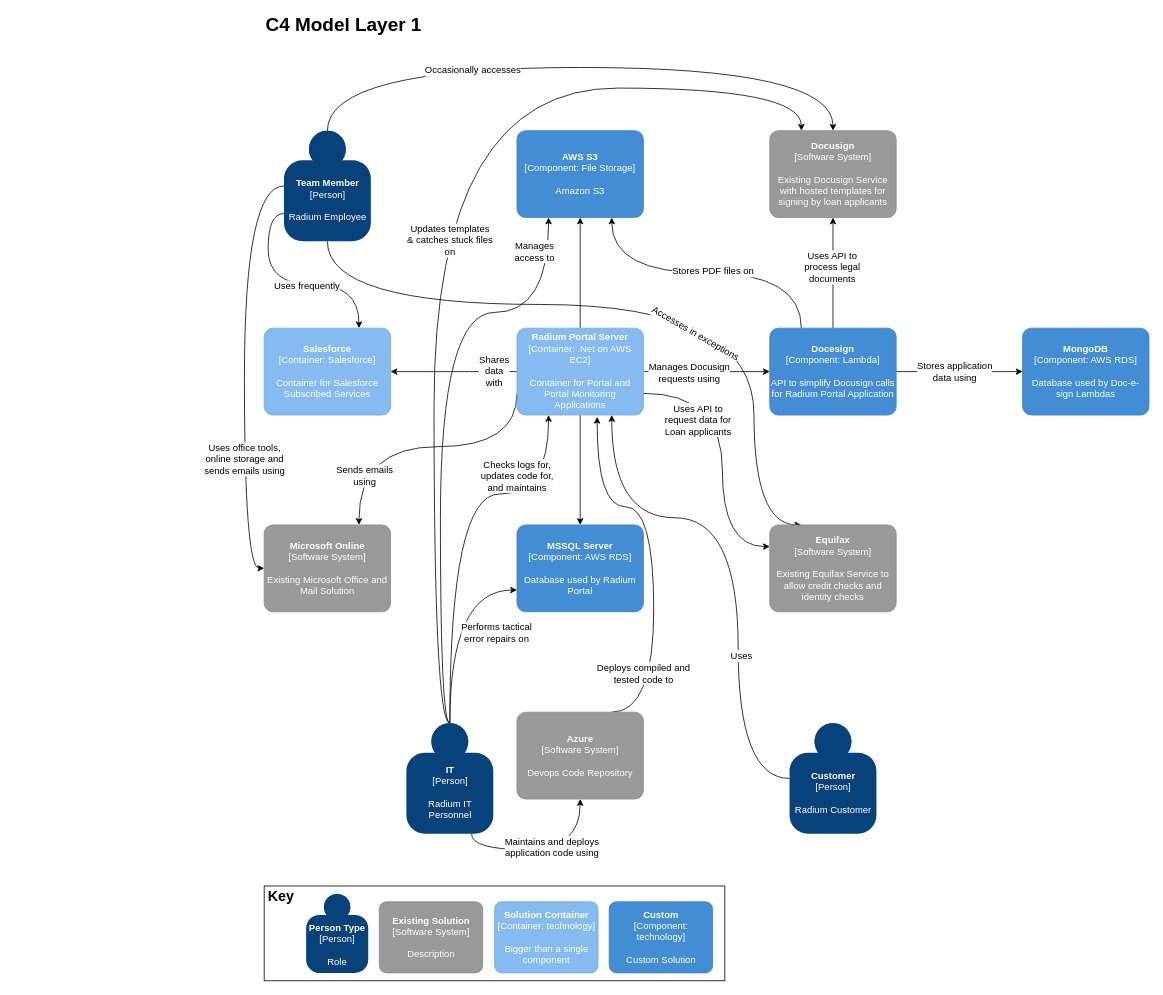
Before: page "Layer 1" (1 of 2) of Untitled Diagram.drawio in holmesrg/testonly, a draw.io diagram. Source tidied: cells renumbered, new cells numbered last; positions are measured from the earlier drawing's top-left corner, leaving out a move shared by most shapes. Both pictures are drawn from the tidied source at 79%, with x=0, y=0 at pixel (244, 17).
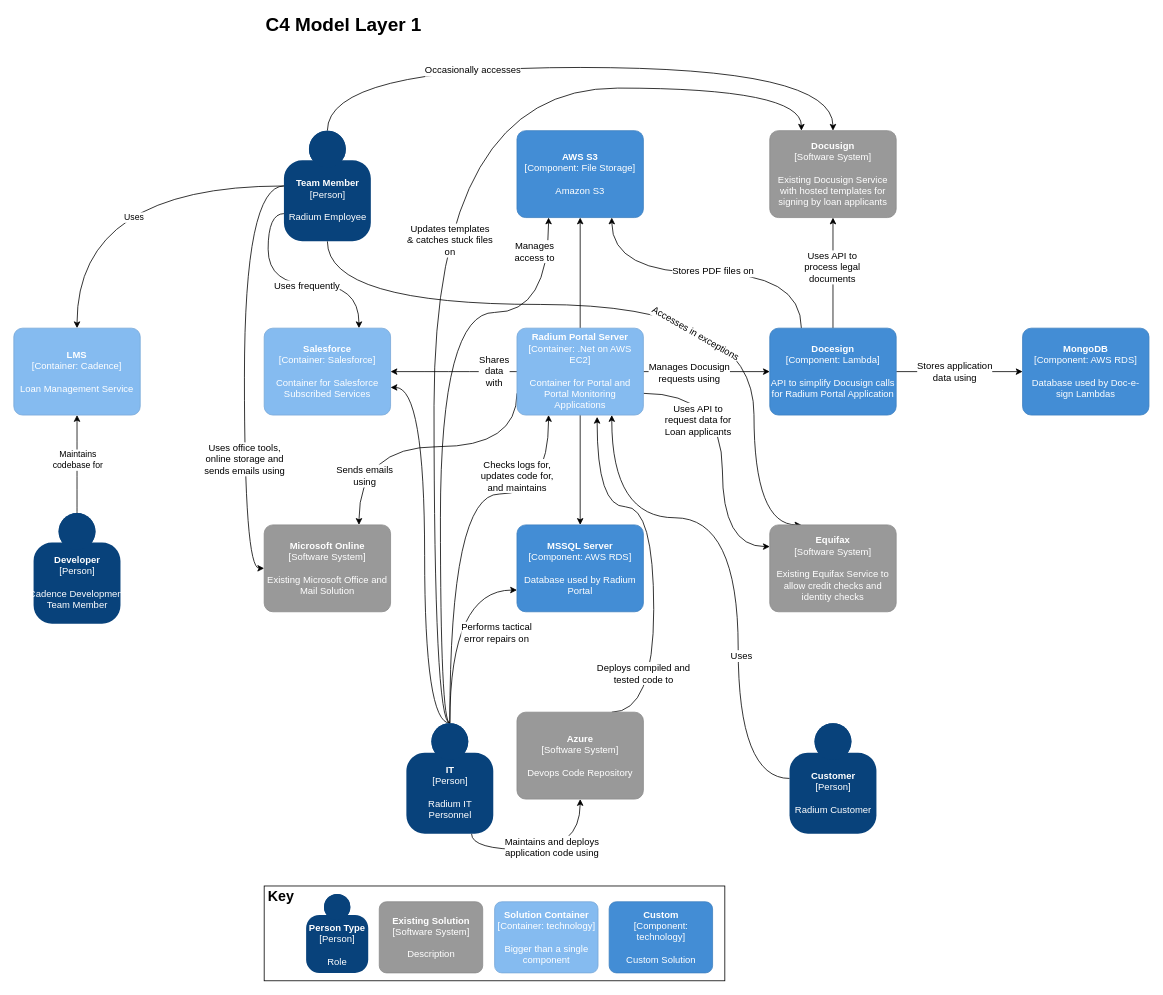
The same diagram, later.

The change refers to these unchanged cells:
```xml
<object id="11" label="&lt;b&gt;%c4Name%&lt;/b&gt;&lt;div&gt;[%c4Type%]&lt;/div&gt;&lt;br&gt;&lt;div&gt;%c4Description%&lt;/div&gt;" c4Description="Radium Employee" c4Name="Team Member" c4Type="Person" placeholders="1">
  <mxCell style="html=1;dashed=0;whitespace=wrap;fillColor=#08427b;strokeColor=none;fontColor=#ffffff;shape=mxgraph.c4.person;align=center;points=[[0.5,0,0],[1,0.5,0],[1,0.75,0],[0.75,1,0],[0.5,1,0],[0.25,1,0],[0,0.75,0],[0,0.5,0]];metaData={&quot;c4Type&quot;:{&quot;editable&quot;:false}};" parent="1" vertex="1">
    <mxGeometry x="49.9" y="143.9" width="110" height="140" as="geometry" />
  </mxCell>
</object>
<object id="23" label="&lt;b&gt;%c4Name%&lt;/b&gt;&lt;div&gt;[%c4Type%: %c4Technology%]&lt;/div&gt;&lt;br&gt;&lt;div&gt;%c4Description%&lt;/div&gt;" c4Description="Container for Salesforce Subscribed Services" c4Name="Salesforce" c4Technology="Salesforce" c4Type="Container" placeholders="1">
  <mxCell style="rounded=1;whiteSpace=wrap;html=1;labelBackgroundColor=none;fillColor=#85BBF0;fontColor=#ffffff;align=center;arcSize=10;strokeColor=#78A8D8;metaData={&quot;c4Type&quot;:{&quot;editable&quot;:false}};points=[[0.25,0,0],[0.5,0,0],[0.75,0,0],[1,0.25,0],[1,0.5,0],[1,0.75,0],[0.75,1,0],[0.5,1,0],[0.25,1,0],[0,0.75,0],[0,0.5,0],[0,0.25,0]];" parent="1" vertex="1">
    <mxGeometry x="24.9" y="393.9" width="160" height="110" as="geometry" />
  </mxCell>
</object>
<object id="50" label="&lt;b&gt;%c4Name%&lt;/b&gt;&lt;div&gt;[%c4Type%]&lt;/div&gt;&lt;br&gt;&lt;div&gt;%c4Description%&lt;/div&gt;" c4Description="Radium IT&#10;Personnel" c4Name="IT" c4Type="Person" placeholders="1">
  <mxCell style="html=1;dashed=0;whitespace=wrap;fillColor=#08427b;strokeColor=none;fontColor=#ffffff;shape=mxgraph.c4.person;align=center;points=[[0.5,0,0],[1,0.5,0],[1,0.75,0],[0.75,1,0],[0.5,1,0],[0.25,1,0],[0,0.75,0],[0,0.5,0]];metaData={&quot;c4Type&quot;:{&quot;editable&quot;:false}};" parent="1" vertex="1">
    <mxGeometry x="204.9" y="893.9" width="110" height="140" as="geometry" />
  </mxCell>
</object>
```

Diff of the diagram source:
```diff
@@
+    <mxCell id="60" style="edgeStyle=orthogonalEdgeStyle;rounded=0;jettySize=auto;html=1;exitX=0;exitY=0.5;exitDx=0;exitDy=0;exitPerimeter=0;entryX=0.5;entryY=0;entryDx=0;entryDy=0;entryPerimeter=0;curved=1;" parent="1" edge="1" source="11" target="63">
+      <mxGeometry relative="1" as="geometry" />
+    </mxCell>
+    <mxCell id="61" value="Uses" style="edgeLabel;html=1;align=center;verticalAlign=middle;" parent="60" vertex="1">
+      <mxGeometry x="-0.53" y="10" relative="1" as="geometry">
+        <mxPoint x="-86.9" y="30" as="offset" />
+      </mxGeometry>
+    </mxCell>
@@
+    <mxCell id="62" style="edgeStyle=orthogonalEdgeStyle;rounded=0;jettySize=auto;html=1;exitX=0.5;exitY=0;exitDx=0;exitDy=0;exitPerimeter=0;entryX=1;entryY=0.682;entryDx=0;entryDy=0;entryPerimeter=0;curved=1;" parent="1" edge="1" source="50" target="23">
+      <mxGeometry relative="1" as="geometry">
+        <Array as="points">
+          <mxPoint x="228" y="894" />
+          <mxPoint x="228" y="469" />
+        </Array>
+      </mxGeometry>
+    </mxCell>
@@
+    <object id="63" label="&lt;b&gt;%c4Name%&lt;/b&gt;&lt;div&gt;[%c4Type%: %c4Technology%]&lt;/div&gt;&lt;br&gt;&lt;div&gt;%c4Description%&lt;/div&gt;" c4Description="Loan Management Service" c4Name="LMS" c4Technology="Cadence" c4Type="Container" placeholders="1">
+      <mxCell style="rounded=1;whiteSpace=wrap;html=1;labelBackgroundColor=none;fillColor=#85BBF0;fontColor=#ffffff;align=center;arcSize=10;strokeColor=#78A8D8;metaData={&quot;c4Type&quot;:{&quot;editable&quot;:false}};points=[[0.25,0,0],[0.5,0,0],[0.75,0,0],[1,0.25,0],[1,0.5,0],[1,0.75,0],[0.75,1,0],[0.5,1,0],[0.25,1,0],[0,0.75,0],[0,0.5,0],[0,0.25,0]];" parent="1" vertex="1">
+        <mxGeometry x="-292" y="393.9" width="160" height="110" as="geometry" />
+      </mxCell>
+    </object>
+    <mxCell id="64" style="edgeStyle=orthogonalEdgeStyle;curved=1;rounded=0;jettySize=auto;html=1;exitX=0.5;exitY=0;exitDx=0;exitDy=0;exitPerimeter=0;entryX=0.5;entryY=1;entryDx=0;entryDy=0;entryPerimeter=0;" parent="1" edge="1" source="66" target="63">
+      <mxGeometry relative="1" as="geometry" />
+    </mxCell>
+    <mxCell id="65" value="Maintains&lt;br&gt;codebase for" style="edgeLabel;html=1;align=center;verticalAlign=middle;" parent="64" vertex="1">
+      <mxGeometry x="0.19" y="1" relative="1" as="geometry">
+        <mxPoint x="1" y="6.1" as="offset" />
+      </mxGeometry>
+    </mxCell>
+    <object id="66" label="&lt;b&gt;%c4Name%&lt;/b&gt;&lt;div&gt;[%c4Type%]&lt;/div&gt;&lt;br&gt;&lt;div&gt;%c4Description%&lt;/div&gt;" c4Description="Cadence Development&#10;Team Member" c4Name="Developer" c4Type="Person" placeholders="1">
+      <mxCell style="html=1;dashed=0;whitespace=wrap;fillColor=#08427b;strokeColor=none;fontColor=#ffffff;shape=mxgraph.c4.person;align=center;points=[[0.5,0,0],[1,0.5,0],[1,0.75,0],[0.75,1,0],[0.5,1,0],[0.25,1,0],[0,0.75,0],[0,0.5,0]];metaData={&quot;c4Type&quot;:{&quot;editable&quot;:false}};" parent="1" vertex="1">
+        <mxGeometry x="-267" y="627.9" width="110" height="140" as="geometry" />
+      </mxCell>
+    </object>
```
